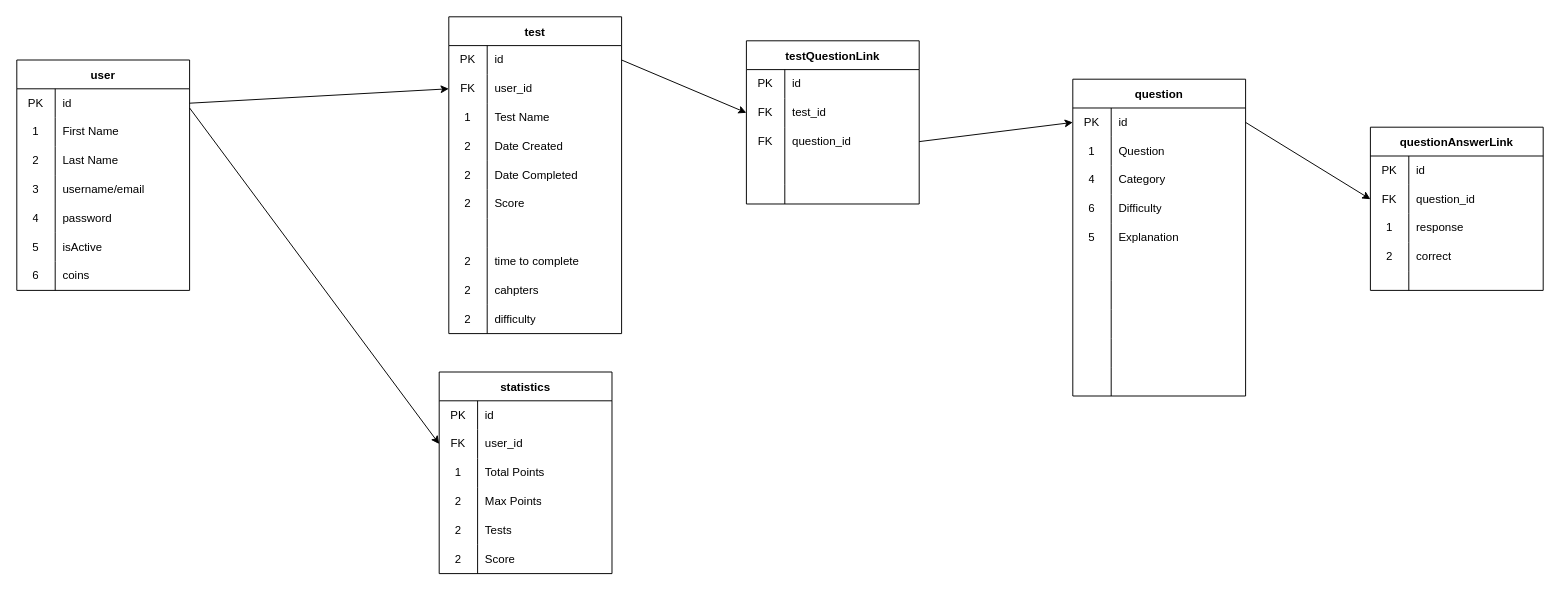
The draw.io diagram server/dump/db.drawio in adrianorban/quizAppServer, before the edit. Source tidied: cells renumbered, new cells numbered last; positions are measured from the earlier drawing's top-left corner, leaving out a move shared by most shapes. Both pictures are drawn from the tidied source at 96%, with x=0, y=0 at pixel (16, 16).
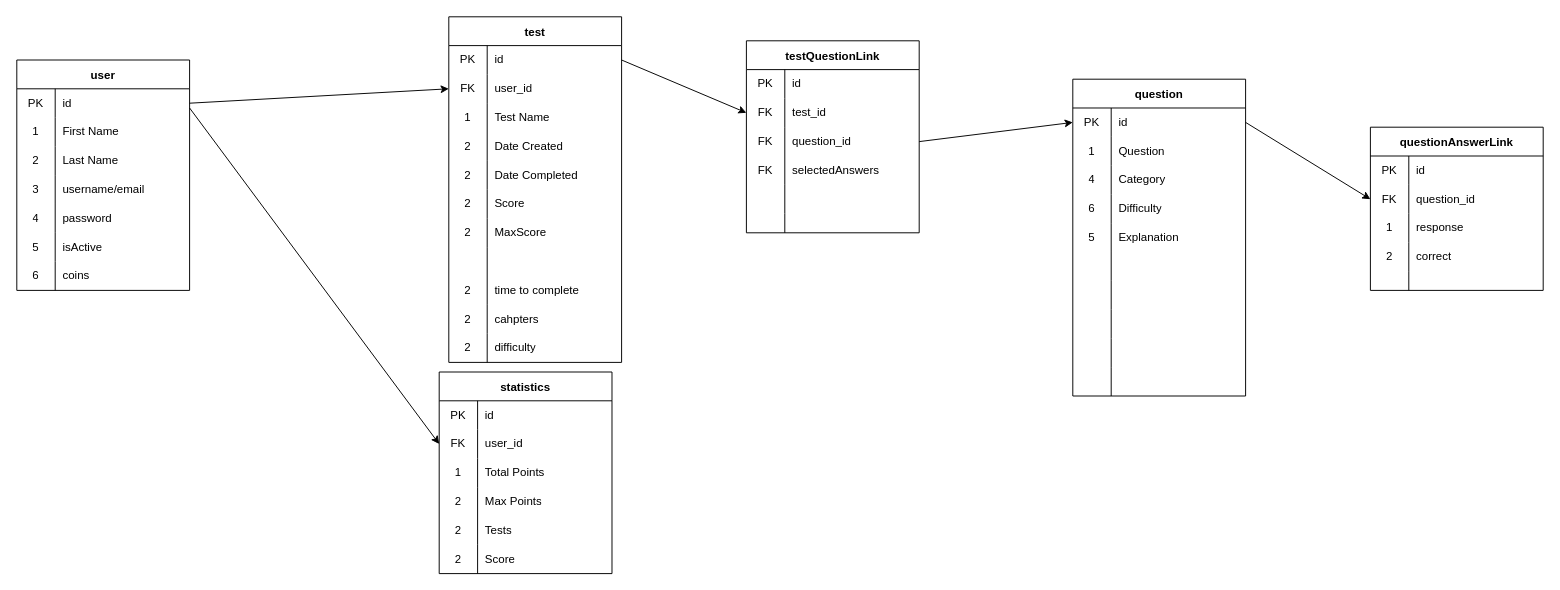
The same page after the edit.

Change to the diagram source:
```diff
@@
     <mxCell id="24" value="test" style="shape=table;startSize=30;childLayout=tableLayout;rowLines=0;fontStyle=1;" parent="1" vertex="1">
-      <mxGeometry x="450" width="180" height="330" as="geometry" />
+      <mxGeometry x="450" width="180" height="360" as="geometry" />
     </mxCell>
@@
+    <mxCell id="142" style="shape=tableRow;horizontal=0;startSize=0;swimlaneHead=0;swimlaneBody=0;top=0;left=0;bottom=0;right=0;fillColor=none;" parent="24" vertex="1">
+      <mxGeometry y="210" width="180" height="30" as="geometry" />
+    </mxCell>
+    <mxCell id="143" value="2" style="shape=partialRectangle;html=1;whiteSpace=wrap;fillColor=none;top=0;left=0;bottom=0;right=0;overflow=hidden;" parent="142" vertex="1">
+      <mxGeometry width="40" height="30" as="geometry" />
+    </mxCell>
+    <mxCell id="144" value="MaxScore" style="shape=partialRectangle;html=1;whiteSpace=wrap;fillColor=none;top=0;left=0;bottom=0;right=0;align=left;spacingLeft=6;overflow=hidden;" parent="142" vertex="1">
+      <mxGeometry x="40" width="140" height="30" as="geometry" />
+    </mxCell>
     <mxCell id="43" style="shape=tableRow;horizontal=0;startSize=0;swimlaneHead=0;swimlaneBody=0;top=0;left=0;bottom=0;right=0;fillColor=none;" parent="24" vertex="1">
-      <mxGeometry y="210" width="180" height="30" as="geometry" />
+      <mxGeometry y="240" width="180" height="30" as="geometry" />
     </mxCell>
@@
     <mxCell id="46" style="shape=tableRow;horizontal=0;startSize=0;swimlaneHead=0;swimlaneBody=0;top=0;left=0;bottom=0;right=0;fillColor=none;" parent="24" vertex="1">
-      <mxGeometry y="240" width="180" height="30" as="geometry" />
+      <mxGeometry y="270" width="180" height="30" as="geometry" />
     </mxCell>
@@
     <mxCell id="49" style="shape=tableRow;horizontal=0;startSize=0;swimlaneHead=0;swimlaneBody=0;top=0;left=0;bottom=0;right=0;fillColor=none;" parent="24" vertex="1">
-      <mxGeometry y="270" width="180" height="30" as="geometry" />
+      <mxGeometry y="300" width="180" height="30" as="geometry" />
     </mxCell>
@@
     <mxCell id="52" style="shape=tableRow;horizontal=0;startSize=0;swimlaneHead=0;swimlaneBody=0;top=0;left=0;bottom=0;right=0;fillColor=none;" parent="24" vertex="1">
-      <mxGeometry y="300" width="180" height="30" as="geometry" />
+      <mxGeometry y="330" width="180" height="30" as="geometry" />
     </mxCell>
@@
     <mxCell id="107" value="testQuestionLink" style="shape=table;startSize=30;childLayout=tableLayout;rowLines=0;fontStyle=1;" parent="1" vertex="1">
-      <mxGeometry x="760" y="25" width="180" height="170" as="geometry" />
+      <mxGeometry x="760" y="25" width="180" height="200" as="geometry" />
     </mxCell>
@@
+    <mxCell id="145" style="shape=tableRow;horizontal=0;startSize=0;swimlaneHead=0;swimlaneBody=0;top=0;left=0;bottom=0;right=0;fillColor=none;" parent="107" vertex="1">
+      <mxGeometry y="120" width="180" height="30" as="geometry" />
+    </mxCell>
+    <mxCell id="146" value="FK" style="shape=partialRectangle;html=1;whiteSpace=wrap;fillColor=none;top=0;left=0;bottom=0;right=0;overflow=hidden;" parent="145" vertex="1">
+      <mxGeometry width="40" height="30" as="geometry" />
+    </mxCell>
+    <mxCell id="147" value="selectedAnswers" style="shape=partialRectangle;html=1;whiteSpace=wrap;fillColor=none;top=0;left=0;bottom=0;right=0;align=left;spacingLeft=6;overflow=hidden;" parent="145" vertex="1">
+      <mxGeometry x="40" width="140" height="30" as="geometry" />
+    </mxCell>
     <mxCell id="117" style="shape=tableRow;horizontal=0;startSize=0;swimlaneHead=0;swimlaneBody=0;top=0;left=0;bottom=0;right=0;fillColor=none;" parent="107" vertex="1">
-      <mxGeometry y="120" width="180" height="30" as="geometry" />
+      <mxGeometry y="150" width="180" height="30" as="geometry" />
     </mxCell>
@@
     <mxCell id="120" style="shape=tableRow;horizontal=0;startSize=0;swimlaneHead=0;swimlaneBody=0;top=0;left=0;bottom=0;right=0;fillColor=none;" parent="107" vertex="1">
-      <mxGeometry y="150" width="180" height="20" as="geometry" />
+      <mxGeometry y="180" width="180" height="20" as="geometry" />
     </mxCell>
```
